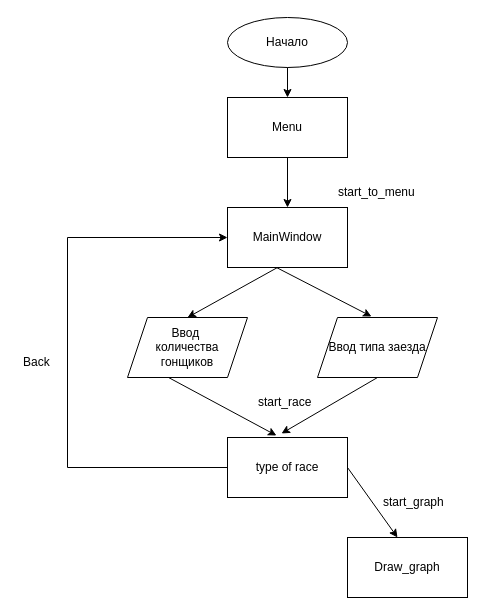
Earlier version of the draw.io diagram Диаграмма без названия.drawio (lexichMol/predprof). Source tidied: cells renumbered, new cells numbered last; positions are measured from the earlier drawing's top-left corner, leaving out a move shared by most shapes. Both pictures are drawn from the tidied source at 100%, with x=0, y=0 at pixel (17, 17).
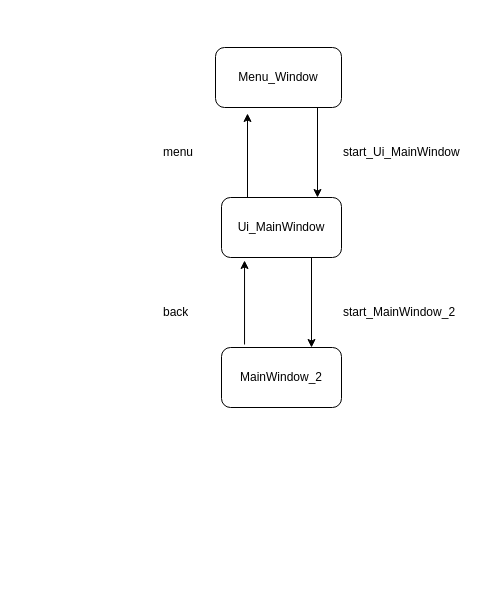
After the change.

Diff of the diagram source:
```diff
@@
-    <mxCell id="2" value="Начало" style="ellipse;whiteSpace=wrap;html=1;" parent="1" vertex="1">
-      <mxGeometry x="210" width="120" height="50" as="geometry" />
-    </mxCell>
-    <mxCell id="3" value="Menu" style="rounded=0;whiteSpace=wrap;html=1;" parent="1" vertex="1">
-      <mxGeometry x="210" y="80" width="120" height="60" as="geometry" />
-    </mxCell>
-    <mxCell id="4" value="start_to_menu" style="text;strokeColor=none;fillColor=none;align=left;verticalAlign=middle;spacingLeft=4;spacingRight=4;overflow=hidden;whiteSpace=wrap;html=1;" parent="1" vertex="1">
-      <mxGeometry x="315" y="160" width="90" height="30" as="geometry" />
-    </mxCell>
-    <mxCell id="5" value="Ввод&amp;nbsp;&lt;br&gt;количества&lt;br&gt;гонщиков" style="shape=parallelogram;perimeter=parallelogramPerimeter;whiteSpace=wrap;html=1;fixedSize=1;" parent="1" vertex="1">
-      <mxGeometry x="110" y="300" width="120" height="60" as="geometry" />
-    </mxCell>
-    <mxCell id="6" value="Ввод типа заезда" style="shape=parallelogram;perimeter=parallelogramPerimeter;whiteSpace=wrap;html=1;fixedSize=1;" parent="1" vertex="1">
-      <mxGeometry x="300" y="300" width="120" height="60" as="geometry" />
-    </mxCell>
-    <mxCell id="7" value="MainWindow" style="rounded=0;whiteSpace=wrap;html=1;" parent="1" vertex="1">
-      <mxGeometry x="210" y="190" width="120" height="60" as="geometry" />
-    </mxCell>
-    <mxCell id="8" value="type of race" style="rounded=0;whiteSpace=wrap;html=1;" parent="1" vertex="1">
-      <mxGeometry x="210" y="420" width="120" height="60" as="geometry" />
-    </mxCell>
-    <mxCell id="9" style="endArrow=classic;html=1;rounded=0;strokeWidth=1;exitX=0;exitY=0.5;exitDx=0;exitDy=0;entryX=0;entryY=0.5;entryDx=0;entryDy=0;" parent="1" edge="1" source="8" target="7">
-      <mxGeometry relative="1" as="geometry">
-        <Array as="points">
-          <mxPoint x="50" y="450" />
-          <mxPoint x="50" y="220" />
-        </Array>
-      </mxGeometry>
-    </mxCell>
-    <mxCell id="10" style="endArrow=classic;html=1;rounded=0;strokeWidth=1;" parent="1" edge="1">
-      <mxGeometry relative="1" as="geometry">
-        <mxPoint x="330" y="450" as="sourcePoint" />
-        <mxPoint x="380" y="520" as="targetPoint" />
-      </mxGeometry>
-    </mxCell>
-    <mxCell id="11" value="start_graph" style="text;strokeColor=none;fillColor=none;align=left;verticalAlign=middle;spacingLeft=4;spacingRight=4;overflow=hidden;whiteSpace=wrap;html=1;" parent="1" vertex="1">
-      <mxGeometry x="360" y="470" width="80" height="30" as="geometry" />
-    </mxCell>
-    <mxCell id="12" style="endArrow=classic;html=1;rounded=0;strokeWidth=1;entryX=0.5;entryY=0;entryDx=0;entryDy=0;" parent="1" edge="1" target="5">
-      <mxGeometry relative="1" as="geometry">
-        <mxPoint x="260" y="250" as="sourcePoint" />
-      </mxGeometry>
-    </mxCell>
-    <mxCell id="13" style="endArrow=classic;html=1;rounded=0;strokeWidth=1;exitX=0.408;exitY=1;exitDx=0;exitDy=0;exitPerimeter=0;entryX=0.45;entryY=-0.017;entryDx=0;entryDy=0;entryPerimeter=0;" parent="1" edge="1" source="7" target="6">
-      <mxGeometry relative="1" as="geometry" />
-    </mxCell>
-    <mxCell id="14" style="endArrow=classic;html=1;rounded=0;strokeWidth=1;exitX=0.342;exitY=1;exitDx=0;exitDy=0;exitPerimeter=0;entryX=0.408;entryY=-0.033;entryDx=0;entryDy=0;entryPerimeter=0;" parent="1" edge="1" source="5" target="8">
-      <mxGeometry relative="1" as="geometry" />
-    </mxCell>
-    <mxCell id="15" style="endArrow=classic;html=1;rounded=0;strokeWidth=1;exitX=0.5;exitY=1;exitDx=0;exitDy=0;entryX=0.45;entryY=-0.067;entryDx=0;entryDy=0;entryPerimeter=0;" parent="1" edge="1" source="6" target="8">
-      <mxGeometry relative="1" as="geometry" />
-    </mxCell>
-    <mxCell id="16" value="Back" style="text;strokeColor=none;fillColor=none;align=left;verticalAlign=middle;spacingLeft=4;spacingRight=4;overflow=hidden;whiteSpace=wrap;html=1;" parent="1" vertex="1">
-      <mxGeometry y="330" width="80" height="30" as="geometry" />
-    </mxCell>
-    <mxCell id="17" style="endArrow=classic;html=1;rounded=0;strokeWidth=1;entryX=0.5;entryY=0;entryDx=0;entryDy=0;" parent="1" edge="1" target="3">
-      <mxGeometry relative="1" as="geometry">
-        <mxPoint x="270" y="50" as="sourcePoint" />
-      </mxGeometry>
-    </mxCell>
-    <mxCell id="18" style="endArrow=classic;html=1;rounded=0;strokeWidth=1;entryX=0.5;entryY=0;entryDx=0;entryDy=0;" parent="1" edge="1" target="7">
-      <mxGeometry relative="1" as="geometry">
-        <mxPoint x="270" y="140" as="sourcePoint" />
-      </mxGeometry>
-    </mxCell>
-    <mxCell id="19" value="start_race" style="text;strokeColor=none;fillColor=none;align=left;verticalAlign=middle;spacingLeft=4;spacingRight=4;overflow=hidden;whiteSpace=wrap;html=1;" parent="1" vertex="1">
-      <mxGeometry x="235" y="370" width="80" height="30" as="geometry" />
-    </mxCell>
-    <mxCell id="20" value="Draw_graph" style="rounded=0;whiteSpace=wrap;html=1;" parent="1" vertex="1">
-      <mxGeometry x="330" y="520" width="120" height="60" as="geometry" />
-    </mxCell>
+    <mxCell id="21" value="Menu_Window" style="rounded=1;whiteSpace=wrap;html=1;" parent="1" vertex="1">
+      <mxGeometry x="198" y="30" width="126" height="60" as="geometry" />
+    </mxCell>
+    <mxCell id="22" value="Ui_MainWindow" style="rounded=1;whiteSpace=wrap;html=1;" parent="1" vertex="1">
+      <mxGeometry x="204" y="180" width="120" height="60" as="geometry" />
+    </mxCell>
+    <mxCell id="23" value="MainWindow_2" style="rounded=1;whiteSpace=wrap;html=1;" parent="1" vertex="1">
+      <mxGeometry x="204" y="330" width="120" height="60" as="geometry" />
+    </mxCell>
+    <mxCell id="24" style="endArrow=classic;html=1;rounded=0;exitX=0.192;exitY=-0.05;exitDx=0;exitDy=0;exitPerimeter=0;entryX=0.192;entryY=1.05;entryDx=0;entryDy=0;entryPerimeter=0;" parent="1" edge="1" source="23" target="22">
+      <mxGeometry relative="1" as="geometry" />
+    </mxCell>
+    <mxCell id="25" style="endArrow=classic;html=1;rounded=0;exitX=0.75;exitY=1;exitDx=0;exitDy=0;entryX=0.75;entryY=0;entryDx=0;entryDy=0;" parent="1" edge="1" source="22" target="23">
+      <mxGeometry relative="1" as="geometry" />
+    </mxCell>
+    <mxCell id="26" style="endArrow=classic;html=1;rounded=0;exitX=0.75;exitY=1;exitDx=0;exitDy=0;entryX=0.75;entryY=0;entryDx=0;entryDy=0;" parent="1" edge="1">
+      <mxGeometry relative="1" as="geometry">
+        <mxPoint x="300" y="90" as="sourcePoint" />
+        <mxPoint x="300" y="180" as="targetPoint" />
+      </mxGeometry>
+    </mxCell>
+    <mxCell id="27" style="endArrow=classic;html=1;rounded=0;exitX=0.192;exitY=-0.05;exitDx=0;exitDy=0;exitPerimeter=0;entryX=0.192;entryY=1.05;entryDx=0;entryDy=0;entryPerimeter=0;" parent="1" edge="1">
+      <mxGeometry relative="1" as="geometry">
+        <mxPoint x="230" y="180" as="sourcePoint" />
+        <mxPoint x="230" y="96" as="targetPoint" />
+      </mxGeometry>
+    </mxCell>
+    <mxCell id="28" value="start_Ui_MainWindow" style="text;strokeColor=none;fillColor=none;align=left;verticalAlign=middle;spacingLeft=4;spacingRight=4;overflow=hidden;whiteSpace=wrap;html=1;" parent="1" vertex="1">
+      <mxGeometry x="320" y="120" width="130" height="30" as="geometry" />
+    </mxCell>
+    <mxCell id="29" value="start_MainWindow_2" style="text;strokeColor=none;fillColor=none;align=left;verticalAlign=middle;spacingLeft=4;spacingRight=4;overflow=hidden;whiteSpace=wrap;html=1;" parent="1" vertex="1">
+      <mxGeometry x="320" y="280" width="130" height="30" as="geometry" />
+    </mxCell>
+    <mxCell id="30" value="back" style="text;strokeColor=none;fillColor=none;align=left;verticalAlign=middle;spacingLeft=4;spacingRight=4;overflow=hidden;whiteSpace=wrap;html=1;" parent="1" vertex="1">
+      <mxGeometry x="140" y="280" width="80" height="30" as="geometry" />
+    </mxCell>
+    <mxCell id="31" value="menu" style="text;strokeColor=none;fillColor=none;align=left;verticalAlign=middle;spacingLeft=4;spacingRight=4;overflow=hidden;whiteSpace=wrap;html=1;" parent="1" vertex="1">
+      <mxGeometry x="140" y="120" width="80" height="30" as="geometry" />
+    </mxCell>
```
